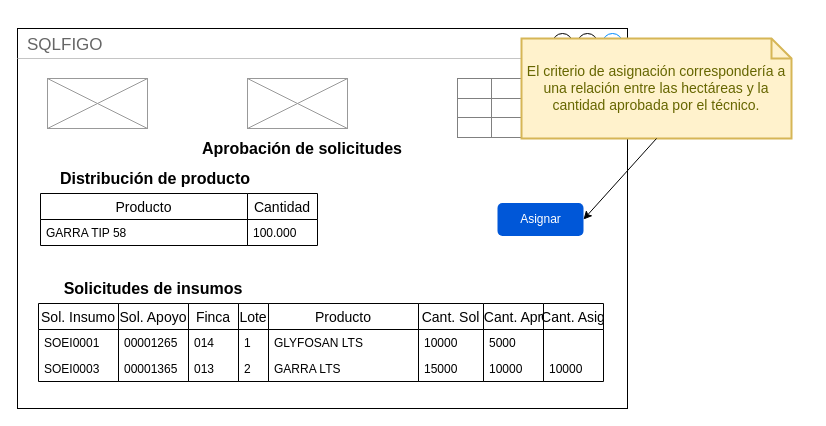
Above: page "Sup - Page-3" (7 of 8) of automatización de oei.drawio in NeroAlfonso/draw_docs (draw.io), before the change. Source tidied: cells renumbered, new cells numbered last; positions are measured from the earlier drawing's top-left corner, leaving out a move shared by most shapes. Both pictures are drawn from the tidied source at 100%, with x=0, y=0 at pixel (17, 28).
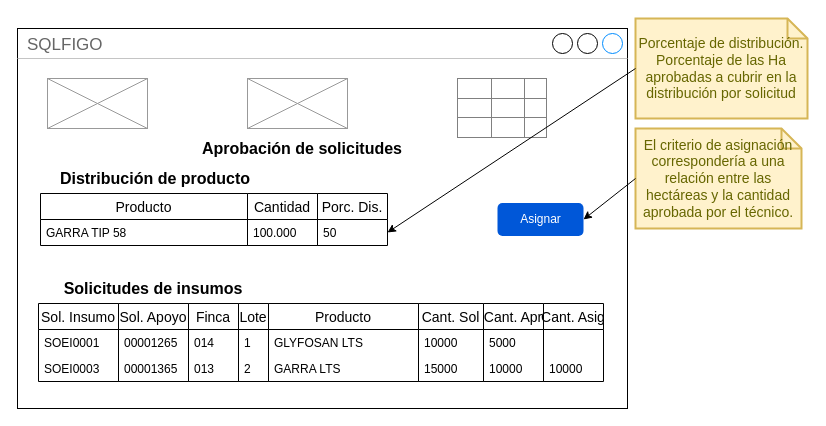
After the change.

Unchanged cells that the change refers to:
```xml
<mxCell id="37" value="Asignar" style="rounded=1;fillColor=#0057D8;align=center;strokeColor=none;html=1;fontColor=#ffffff;fontSize=12;" parent="1" vertex="1">
  <mxGeometry x="480" y="174.5" width="86" height="33" as="geometry" />
</mxCell>
```

What changed in the source:
```diff
@@
     <mxCell id="38" value="El criterio de asignación correspondería a una relación entre las hectáreas y la cantidad aprobada por el técnico." style="shape=note;strokeWidth=2;fontSize=14;size=20;whiteSpace=wrap;html=1;fillColor=#fff2cc;strokeColor=#d6b656;fontColor=#666600;align=center;" parent="1" vertex="1">
-      <mxGeometry x="504" y="10" width="270" height="100" as="geometry" />
+      <mxGeometry x="618" y="100" width="166" height="100" as="geometry" />
     </mxCell>
-    <mxCell id="39" style="endArrow=classic;html=1;fontColor=#000000;exitX=0.5;exitY=1;exitDx=0;exitDy=0;exitPerimeter=0;entryX=1;entryY=0.5;entryDx=0;entryDy=0;" parent="1" edge="1" source="38" target="37">
-      <mxGeometry relative="1" as="geometry" />
-    </mxCell>
+    <mxCell id="40" style="endArrow=classic;html=1;fontColor=#000000;exitX=0;exitY=0.5;exitDx=0;exitDy=0;exitPerimeter=0;entryX=1;entryY=0.5;entryDx=0;entryDy=0;" parent="1" edge="1" source="38">
+      <mxGeometry relative="1" as="geometry">
+        <mxPoint x="566" y="191" as="targetPoint" />
+      </mxGeometry>
+    </mxCell>
+    <mxCell id="41" value="Porc. Dis." style="swimlane;fontStyle=0;horizontal=1;startSize=26;align=center;fontSize=14;" parent="1" vertex="1">
+      <mxGeometry x="300" y="165" width="70" height="52" as="geometry" />
+    </mxCell>
+    <mxCell id="42" value="50" style="text;strokeColor=none;fillColor=none;spacingLeft=4;spacingRight=4;overflow=hidden;points=[[0,0.5],[1,0.5]];portConstraint=eastwest;fontSize=12;" parent="41" vertex="1">
+      <mxGeometry y="26" width="70" height="26" as="geometry" />
+    </mxCell>
+    <mxCell id="43" value="Porcentaje de distribución. Porcentaje de las Ha aprobadas a cubrir en la distribución por solicitud" style="shape=note;strokeWidth=2;fontSize=14;size=20;whiteSpace=wrap;html=1;fillColor=#fff2cc;strokeColor=#d6b656;fontColor=#666600;align=center;" parent="1" vertex="1">
+      <mxGeometry x="618" y="-10" width="172" height="100" as="geometry" />
+    </mxCell>
+    <mxCell id="44" style="endArrow=classic;html=1;fontColor=#000000;exitX=0;exitY=0.5;exitDx=0;exitDy=0;exitPerimeter=0;entryX=1;entryY=0.5;entryDx=0;entryDy=0;" parent="1" edge="1" source="43" target="42">
+      <mxGeometry relative="1" as="geometry" />
+    </mxCell>
```
